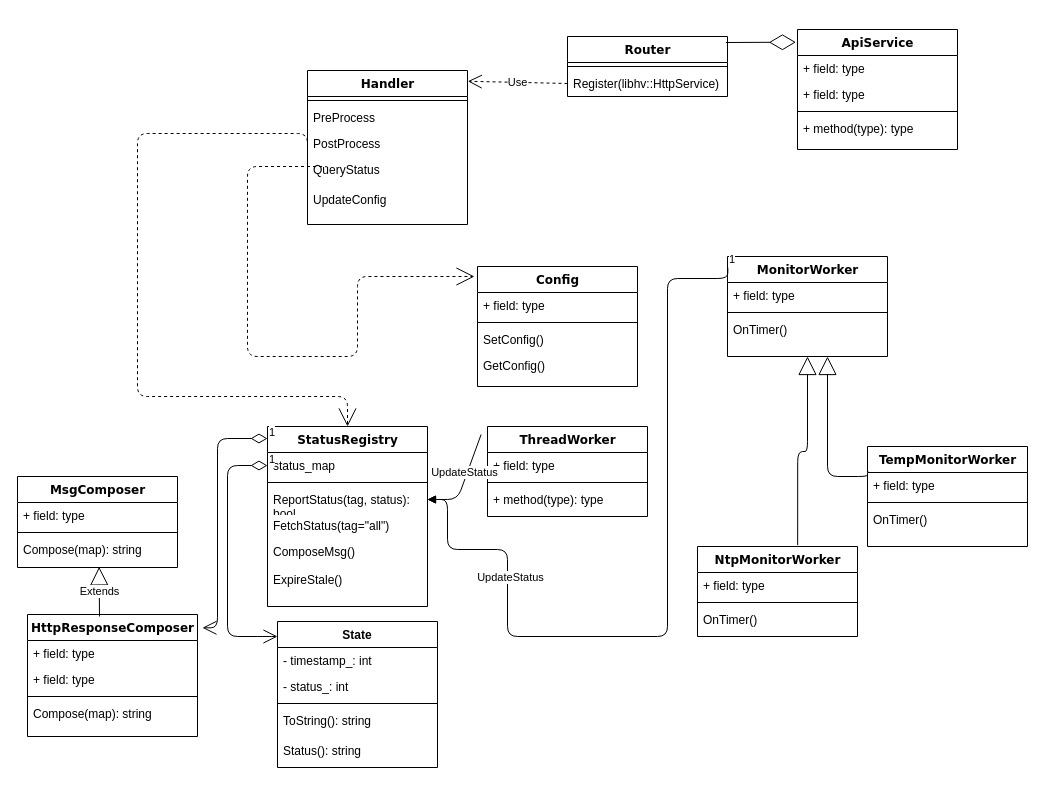
Above: page "classes" (1 of 2) of httpworker.drawio in joeshow79/umlchart (draw.io), before the change. Source tidied: cells renumbered, new cells numbered last; positions are measured from the earlier drawing's top-left corner, leaving out a move shared by most shapes. Both pictures are drawn from the tidied source at 100%, with x=0, y=0 at pixel (17, 29).
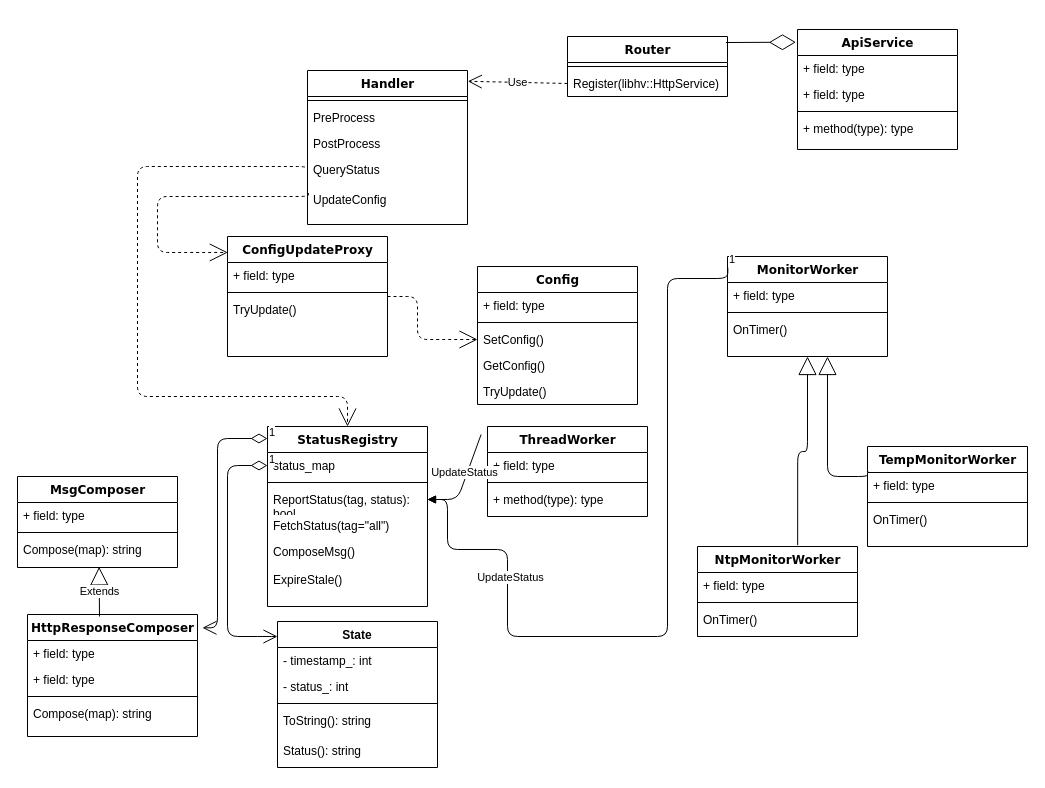
After the change.

The change refers to these unchanged cells:
```xml
<mxCell id="17" value="StatusRegistry" style="swimlane;html=1;fontStyle=1;align=center;verticalAlign=top;horizontal=1;startSize=26;swimlaneFillColor=#ffffff;rounded=0;shadow=0;comic=0;labelBackgroundColor=none;strokeWidth=1;fillColor=none;fontFamily=Verdana;fontSize=12;" parent="1" vertex="1">
  <mxGeometry x="250" y="397" width="160" height="180" as="geometry" />
</mxCell>
<mxCell id="41" value="SetConfig()" style="text;html=1;strokeColor=none;fillColor=none;align=left;verticalAlign=top;spacingLeft=4;spacingRight=4;whiteSpace=wrap;overflow=hidden;points=[[0,0.5],[1,0.5]];portConstraint=eastwest;" parent="38" vertex="1">
  <mxGeometry y="60" width="160" height="26" as="geometry" />
</mxCell>
<mxCell id="64" value="QueryStatus" style="text;html=1;strokeColor=none;fillColor=none;align=left;verticalAlign=top;spacingLeft=4;spacingRight=4;whiteSpace=wrap;overflow=hidden;points=[[0,0.5],[1,0.5]];portConstraint=eastwest;" parent="60" vertex="1">
  <mxGeometry y="86" width="160" height="30" as="geometry" />
</mxCell>
<mxCell id="65" value="UpdateConfig" style="text;html=1;strokeColor=none;fillColor=none;align=left;verticalAlign=top;spacingLeft=4;spacingRight=4;whiteSpace=wrap;overflow=hidden;points=[[0,0.5],[1,0.5]];portConstraint=eastwest;" parent="60" vertex="1">
  <mxGeometry y="116" width="160" height="38" as="geometry" />
</mxCell>
```

Change to the diagram source:
```diff
@@
     <mxCell id="2" style="edgeStyle=orthogonalEdgeStyle;html=1;labelBackgroundColor=none;startFill=0;startSize=8;endArrow=open;endFill=0;endSize=16;fontFamily=Verdana;fontSize=12;dashed=1;exitX=0;exitY=0.5;exitDx=0;exitDy=0;" parent="1" edge="1" source="64" target="17">
       <mxGeometry relative="1" as="geometry">
         <Array as="points">
-          <mxPoint x="120" y="104" />
+          <mxPoint x="290" y="137" />
+          <mxPoint x="120" y="137" />
           <mxPoint x="120" y="367" />
           <mxPoint x="330" y="367" />
         </Array>
       </mxGeometry>
     </mxCell>
@@
     <mxCell id="38" value="Config" style="swimlane;html=1;fontStyle=1;align=center;verticalAlign=top;horizontal=1;startSize=26;swimlaneFillColor=#ffffff;rounded=0;shadow=0;comic=0;labelBackgroundColor=none;strokeWidth=1;fillColor=none;fontFamily=Verdana;fontSize=12;" parent="1" vertex="1">
-      <mxGeometry x="460" y="237" width="160" height="120" as="geometry" />
+      <mxGeometry x="460" y="237" width="160" height="138" as="geometry" />
     </mxCell>
@@
+    <mxCell id="72" value="TryUpdate()" style="text;html=1;strokeColor=none;fillColor=none;align=left;verticalAlign=top;spacingLeft=4;spacingRight=4;whiteSpace=wrap;overflow=hidden;" parent="38" vertex="1">
+      <mxGeometry y="112" width="160" height="26" as="geometry" />
+    </mxCell>
@@
-    <mxCell id="70" style="edgeStyle=orthogonalEdgeStyle;html=1;labelBackgroundColor=none;startFill=0;startSize=8;endArrow=open;endFill=0;endSize=16;fontFamily=Verdana;fontSize=12;dashed=1;" parent="1" edge="1">
+    <mxCell id="70" style="edgeStyle=orthogonalEdgeStyle;html=1;labelBackgroundColor=none;startFill=0;startSize=8;endArrow=open;endFill=0;endSize=16;fontFamily=Verdana;fontSize=12;dashed=1;entryX=0.002;entryY=0.133;entryDx=0;entryDy=0;entryPerimeter=0;exitX=0.006;exitY=0.175;exitDx=0;exitDy=0;exitPerimeter=0;" parent="1" edge="1" source="65" target="73">
       <mxGeometry relative="1" as="geometry">
-        <mxPoint x="310" y="138" as="sourcePoint" />
-        <mxPoint x="457" y="247" as="targetPoint" />
         <Array as="points">
-          <mxPoint x="310" y="137" />
-          <mxPoint x="230" y="137" />
-          <mxPoint x="230" y="327" />
-          <mxPoint x="340" y="327" />
-          <mxPoint x="340" y="247" />
-          <mxPoint x="457" y="247" />
+          <mxPoint x="291" y="167" />
+          <mxPoint x="140" y="167" />
+          <mxPoint x="140" y="223" />
         </Array>
       </mxGeometry>
     </mxCell>
@@
+    <mxCell id="73" value="ConfigUpdateProxy" style="swimlane;html=1;fontStyle=1;align=center;verticalAlign=top;horizontal=1;startSize=26;swimlaneFillColor=#ffffff;rounded=0;shadow=0;comic=0;labelBackgroundColor=none;strokeWidth=1;fillColor=none;fontFamily=Verdana;fontSize=12;" parent="1" vertex="1">
+      <mxGeometry x="210" y="207" width="160" height="120" as="geometry" />
+    </mxCell>
+    <mxCell id="74" value="+ field: type" style="text;html=1;strokeColor=none;fillColor=none;align=left;verticalAlign=top;spacingLeft=4;spacingRight=4;whiteSpace=wrap;overflow=hidden;" parent="73" vertex="1">
+      <mxGeometry y="26" width="160" height="26" as="geometry" />
+    </mxCell>
+    <mxCell id="75" style="line;html=1;strokeWidth=1;fillColor=none;align=left;verticalAlign=middle;spacingTop=-1;spacingLeft=3;spacingRight=3;labelPosition=right;" parent="73" vertex="1">
+      <mxGeometry y="52" width="160" height="8" as="geometry" />
+    </mxCell>
+    <mxCell id="76" value="TryUpdate()" style="text;html=1;strokeColor=none;fillColor=none;align=left;verticalAlign=top;spacingLeft=4;spacingRight=4;whiteSpace=wrap;overflow=hidden;" parent="73" vertex="1">
+      <mxGeometry y="60" width="160" height="26" as="geometry" />
+    </mxCell>
+    <mxCell id="77" style="edgeStyle=orthogonalEdgeStyle;html=1;labelBackgroundColor=none;startFill=0;startSize=8;endArrow=open;endFill=0;endSize=16;fontFamily=Verdana;fontSize=12;dashed=1;exitX=1;exitY=0.5;exitDx=0;exitDy=0;entryX=0;entryY=0.5;entryDx=0;entryDy=0;" parent="1" edge="1" source="73" target="41">
+      <mxGeometry relative="1" as="geometry">
+        <Array as="points">
+          <mxPoint x="400" y="267" />
+          <mxPoint x="400" y="310" />
+        </Array>
+      </mxGeometry>
+    </mxCell>
```
